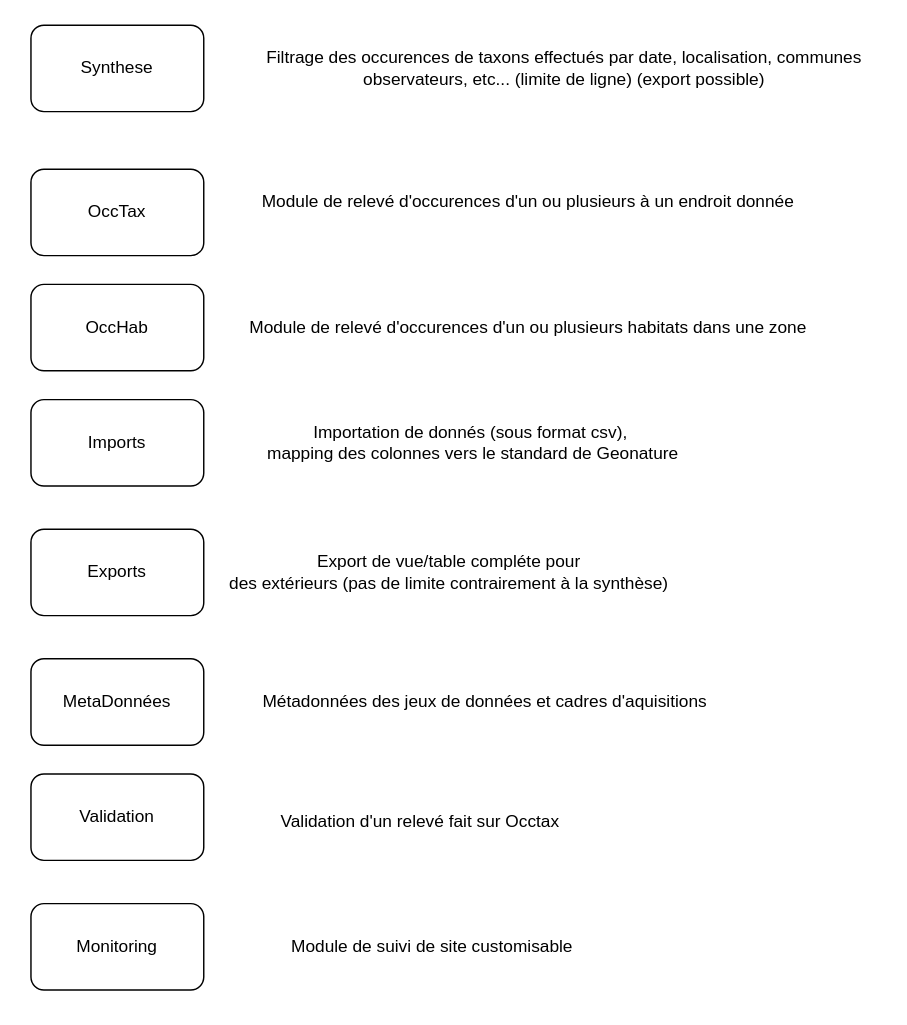
The draw.io diagram page "Rôle des modules" (2 of 7) of docs/_static/architecture_globale.drawio in PnX-SI/GeoNature, before the edit. Source tidied: cells renumbered, new cells numbered last; positions are measured from the earlier drawing's top-left corner, leaving out a move shared by most shapes. Both pictures are drawn from the tidied source at 144%, with x=0, y=0 at pixel (30, 24).
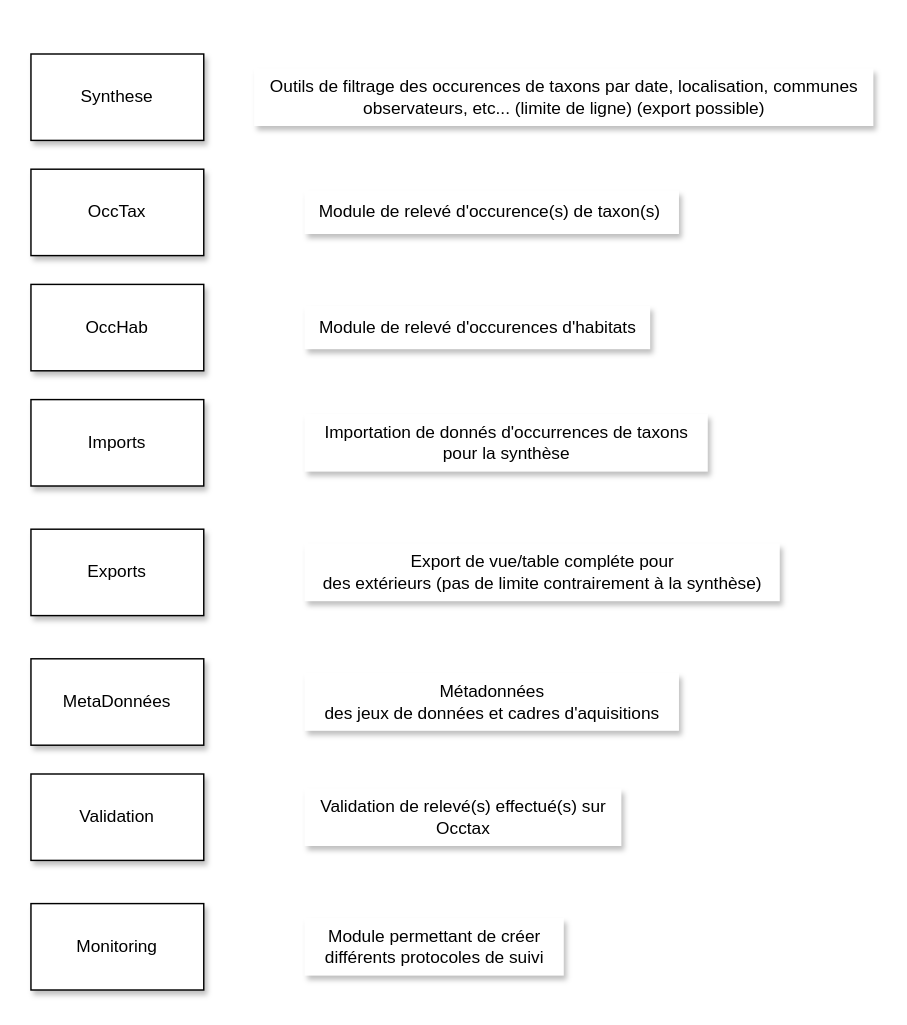
Above is the later version.

Commit message (it also covers changes not shown here):
add diagram from @marie-laure-cen and add new diagram that shows interaction between modules and entities in GeoNature

What changed in the source:
```diff
@@
 <mxGraphModel>
   <root>
     <mxCell id="0" />
     <mxCell id="1" parent="0" />
-    <mxCell id="2" value="Synthese" style="rounded=1;whiteSpace=wrap;html=1;" parent="1" vertex="1">
-      <mxGeometry width="120" height="60" as="geometry" />
+    <mxCell id="2" value="Synthese" style="rounded=0;whiteSpace=wrap;html=1;shadow=1;glass=0;" parent="1" vertex="1">
+      <mxGeometry y="20" width="120" height="60" as="geometry" />
     </mxCell>
-    <mxCell id="3" value="Filtrage des occurences de taxons effectués par date, localisation, communes&lt;br&gt;observateurs, etc... (limite de ligne) (export possible)" style="text;html=1;align=center;verticalAlign=middle;strokeColor=none;fillColor=none;" parent="1" vertex="1">
-      <mxGeometry x="150" y="10" width="440" height="40" as="geometry" />
+    <mxCell id="3" value="Outils de filtrage des occurences de taxons par date, localisation, communes&lt;br&gt;observateurs, etc... (limite de ligne) (export possible)" style="text;html=1;align=center;verticalAlign=middle;strokeColor=none;fillColor=default;shadow=1;" parent="1" vertex="1">
+      <mxGeometry x="155" y="30" width="430" height="40" as="geometry" />
     </mxCell>
-    <mxCell id="4" value="OccTax" style="rounded=1;whiteSpace=wrap;html=1;" parent="1" vertex="1">
+    <mxCell id="4" value="OccTax" style="rounded=0;whiteSpace=wrap;html=1;shadow=1;glass=0;" parent="1" vertex="1">
       <mxGeometry y="100" width="120" height="60" as="geometry" />
     </mxCell>
-    <mxCell id="5" value="Module de relevé d'occurences d'un ou plusieurs à un endroit donnée" style="text;html=1;align=center;verticalAlign=middle;strokeColor=none;fillColor=none;" parent="1" vertex="1">
-      <mxGeometry x="150" y="108" width="390" height="30" as="geometry" />
+    <mxCell id="5" value="Module de relevé d'occurence(s) de taxon(s)&amp;nbsp;" style="text;html=1;align=center;verticalAlign=middle;strokeColor=none;fillColor=default;shadow=1;" parent="1" vertex="1">
+      <mxGeometry x="190" y="115" width="260" height="30" as="geometry" />
     </mxCell>
-    <mxCell id="6" value="Imports" style="rounded=1;whiteSpace=wrap;html=1;" parent="1" vertex="1">
+    <mxCell id="6" value="Imports" style="rounded=0;whiteSpace=wrap;html=1;shadow=1;glass=0;" parent="1" vertex="1">
       <mxGeometry y="260" width="120" height="60" as="geometry" />
     </mxCell>
-    <mxCell id="7" value="Importation de donnés (sous format csv),&lt;br&gt;&amp;nbsp;mapping des colonnes vers le standard de Geonature" style="text;html=1;align=center;verticalAlign=middle;strokeColor=none;fillColor=none;" parent="1" vertex="1">
-      <mxGeometry x="150" y="270" width="310" height="40" as="geometry" />
+    <mxCell id="7" value="Importation de donnés d'occurrences de taxons&lt;br&gt;pour la synthèse" style="text;html=1;align=center;verticalAlign=middle;strokeColor=none;fillColor=default;shadow=1;" parent="1" vertex="1">
+      <mxGeometry x="190" y="270" width="280" height="40" as="geometry" />
     </mxCell>
-    <mxCell id="8" value="Exports" style="rounded=1;whiteSpace=wrap;html=1;" parent="1" vertex="1">
+    <mxCell id="8" value="Exports" style="rounded=0;whiteSpace=wrap;html=1;shadow=1;glass=0;" parent="1" vertex="1">
       <mxGeometry y="350" width="120" height="60" as="geometry" />
     </mxCell>
-    <mxCell id="9" value="Export de vue/table compléte pour &lt;br&gt;des extérieurs (pas de limite contrairement à la synthèse)" style="text;html=1;align=center;verticalAlign=middle;strokeColor=none;fillColor=none;" parent="1" vertex="1">
-      <mxGeometry x="125" y="360" width="330" height="40" as="geometry" />
+    <mxCell id="9" value="Export de vue/table compléte pour &lt;br&gt;des extérieurs (pas de limite contrairement à la synthèse)" style="text;html=1;align=center;verticalAlign=middle;strokeColor=none;fillColor=default;shadow=1;" parent="1" vertex="1">
+      <mxGeometry x="190" y="360" width="330" height="40" as="geometry" />
     </mxCell>
-    <mxCell id="10" value="MetaDonnées" style="rounded=1;whiteSpace=wrap;html=1;" parent="1" vertex="1">
+    <mxCell id="10" value="MetaDonnées" style="rounded=0;whiteSpace=wrap;html=1;shadow=1;glass=0;" parent="1" vertex="1">
       <mxGeometry y="440" width="120" height="60" as="geometry" />
     </mxCell>
-    <mxCell id="11" value="Métadonnées des jeux de données et cadres d'aquisitions" style="text;html=1;align=center;verticalAlign=middle;strokeColor=none;fillColor=none;" parent="1" vertex="1">
-      <mxGeometry x="150" y="455" width="330" height="30" as="geometry" />
+    <mxCell id="11" value="Métadonnées &lt;br&gt;des jeux de données et cadres d'aquisitions" style="text;html=1;align=center;verticalAlign=middle;strokeColor=none;fillColor=default;shadow=1;" parent="1" vertex="1">
+      <mxGeometry x="190" y="450" width="260" height="40" as="geometry" />
     </mxCell>
-    <mxCell id="12" value="Validation" style="rounded=1;whiteSpace=wrap;html=1;" parent="1" vertex="1">
+    <mxCell id="12" value="Validation" style="rounded=0;whiteSpace=wrap;html=1;shadow=1;glass=0;" parent="1" vertex="1">
       <mxGeometry y="520" width="120" height="60" as="geometry" />
     </mxCell>
-    <mxCell id="13" value="Validation d'un relevé fait sur Occtax" style="text;html=1;align=center;verticalAlign=middle;strokeColor=none;fillColor=none;" parent="1" vertex="1">
-      <mxGeometry x="160" y="538" width="220" height="30" as="geometry" />
+    <mxCell id="13" value="Validation de relevé(s) effectué(s) sur&lt;br&gt;Occtax" style="text;html=1;align=center;verticalAlign=middle;strokeColor=none;fillColor=default;shadow=1;" parent="1" vertex="1">
+      <mxGeometry x="190" y="530" width="220" height="40" as="geometry" />
     </mxCell>
-    <mxCell id="14" value="OccHab" style="rounded=1;whiteSpace=wrap;html=1;" parent="1" vertex="1">
+    <mxCell id="14" value="OccHab" style="rounded=0;whiteSpace=wrap;html=1;shadow=1;glass=0;" parent="1" vertex="1">
       <mxGeometry y="180" width="120" height="60" as="geometry" />
     </mxCell>
-    <mxCell id="15" value="Module de relevé d'occurences d'un ou plusieurs habitats dans une zone" style="text;html=1;align=center;verticalAlign=middle;strokeColor=none;fillColor=none;" parent="1" vertex="1">
-      <mxGeometry x="140" y="195" width="410" height="30" as="geometry" />
+    <mxCell id="15" value="Module de relevé d'occurences d'habitats" style="text;html=1;align=center;verticalAlign=middle;strokeColor=none;fillColor=default;shadow=1;" parent="1" vertex="1">
+      <mxGeometry x="190" y="195" width="240" height="30" as="geometry" />
     </mxCell>
-    <mxCell id="16" value="Monitoring" style="rounded=1;whiteSpace=wrap;html=1;" parent="1" vertex="1">
+    <mxCell id="16" value="Monitoring" style="rounded=0;whiteSpace=wrap;html=1;shadow=1;glass=0;" parent="1" vertex="1">
       <mxGeometry y="610" width="120" height="60" as="geometry" />
     </mxCell>
-    <mxCell id="17" value="Module de suivi de site customisable&amp;nbsp;" style="text;html=1;align=center;verticalAlign=middle;strokeColor=none;fillColor=none;" parent="1" vertex="1">
-      <mxGeometry x="170" y="625" width="220" height="30" as="geometry" />
+    <mxCell id="17" value="Module permettant de créer&lt;br&gt;différents protocoles de suivi" style="text;html=1;align=center;verticalAlign=middle;strokeColor=none;fillColor=default;shadow=1;" parent="1" vertex="1">
+      <mxGeometry x="190" y="620" width="180" height="40" as="geometry" />
     </mxCell>
   </root>
 </mxGraphModel>
```
